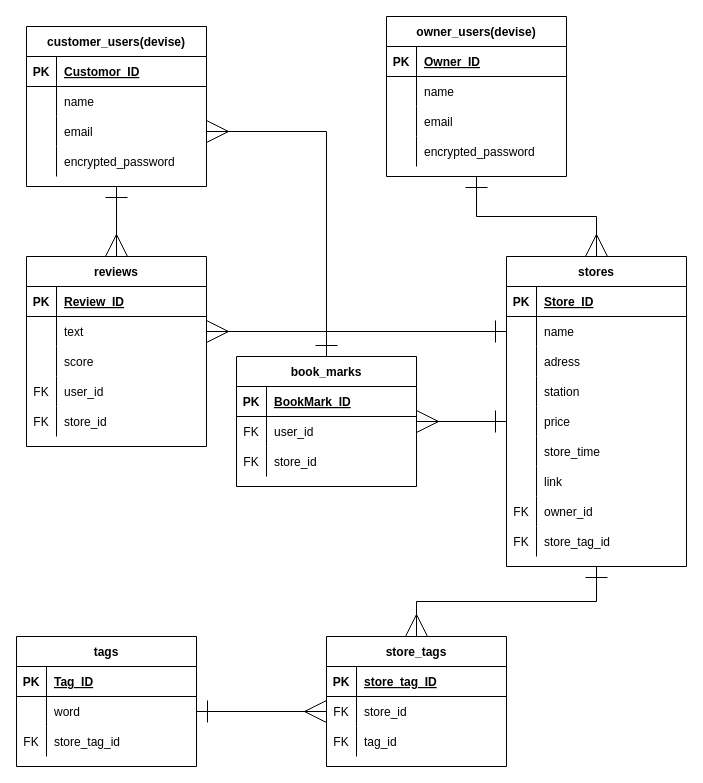
Before: kamindokoro-ER.dio in KaichiAkazawa/kamindokoro-app, a draw.io diagram. Source tidied: cells renumbered, new cells numbered last; positions are measured from the earlier drawing's top-left corner, leaving out a move shared by most shapes. Both pictures are drawn from the tidied source at 100%, with x=0, y=0 at pixel (16, 16).
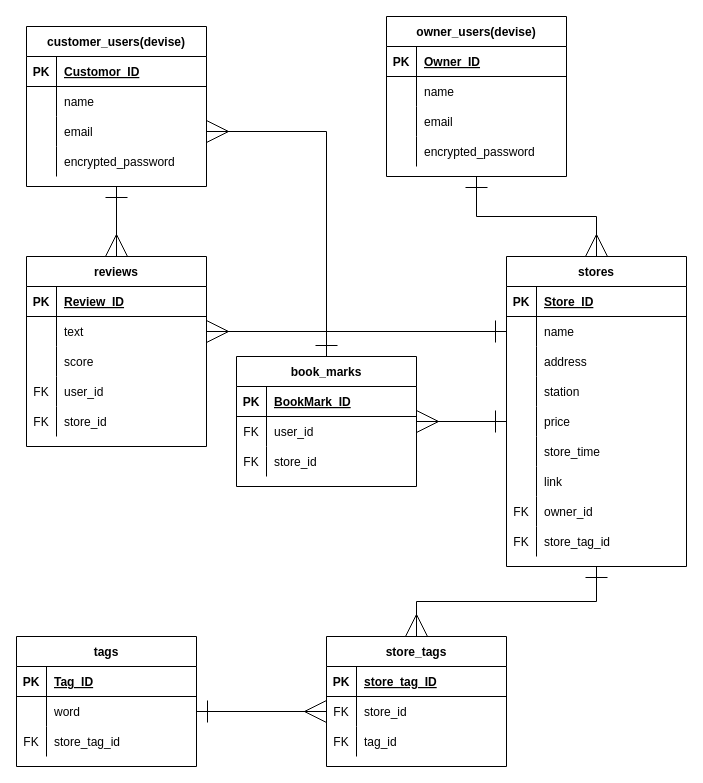
The same diagram, later.

Commit message (it also covers changes not shown here):
adress→addressにカラム名修正

The change refers to these unchanged cells:
```xml
<mxCell id="24" style="shape=partialRectangle;fillColor=none;top=0;left=0;bottom=0;right=0;" parent="17" vertex="1">
  <mxGeometry y="90" width="180" height="30" as="geometry" />
</mxCell>
```

Diff of the diagram source:
```diff
@@
-    <mxCell id="26" value="adress" style="shape=partialRectangle;fillColor=none;top=0;left=0;bottom=0;right=0;align=left;spacingLeft=6;overflow=hidden;" parent="24" vertex="1">
+    <mxCell id="26" value="address" style="shape=partialRectangle;fillColor=none;top=0;left=0;bottom=0;right=0;align=left;spacingLeft=6;overflow=hidden;" parent="24" vertex="1">
       <mxGeometry x="30" width="150" height="30" as="geometry" />
     </mxCell>
```
